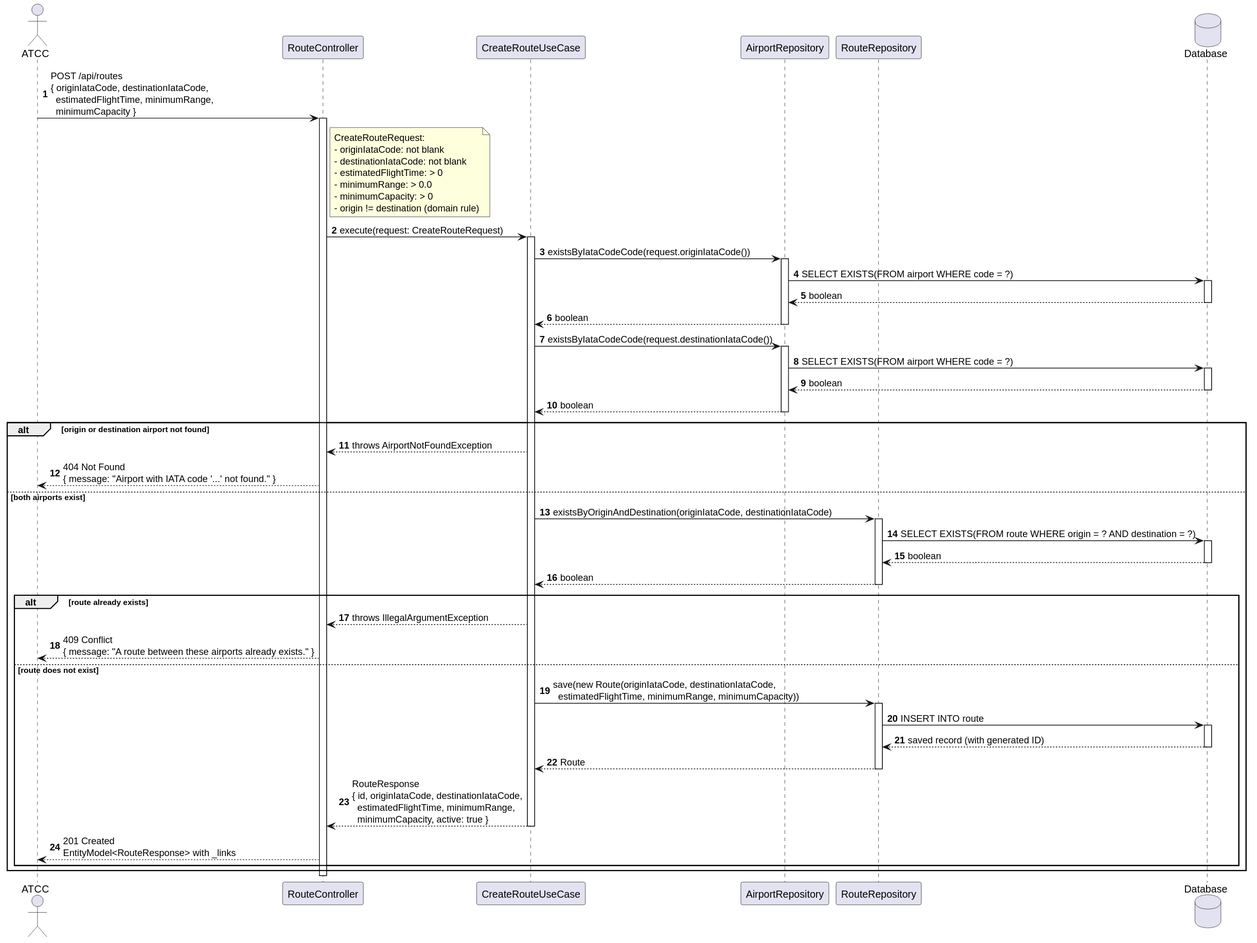
Before: docs/system-documentation/use-cases/WP3A/US110/svg/sd_us110.svg, a diagram exported from PlantUML (VascoMagolo/psoft_1231562_1241692_1242036_2db).
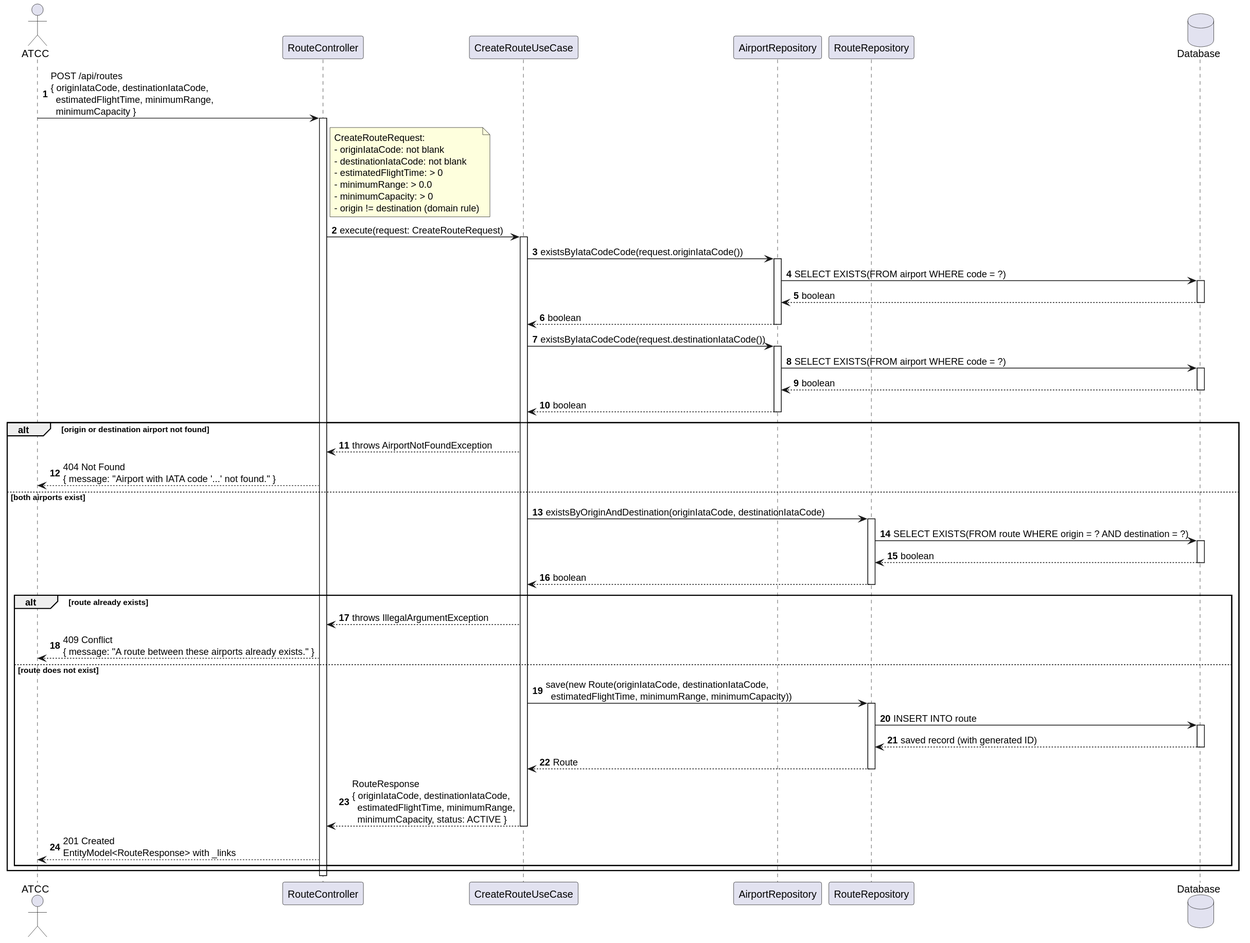
Above is the later version.

Change to the diagram source:
```diff
@@ -67,7 +67,7 @@
     RouteRepo --> UC : Route
     deactivate RouteRepo
 
-    UC --> Ctrl : RouteResponse\n{ id, originIataCode, destinationIataCode,\n  estimatedFlightTime, minimumRange,\n  minimumCapacity, active: true }
+    UC --> Ctrl : RouteResponse\n{ originIataCode, destinationIataCode,\n  estimatedFlightTime, minimumRange,\n  minimumCapacity, status: ACTIVE }
     deactivate UC
     Ctrl --> Actor : 201 Created\nEntityModel<RouteResponse> with _links
   end
```
